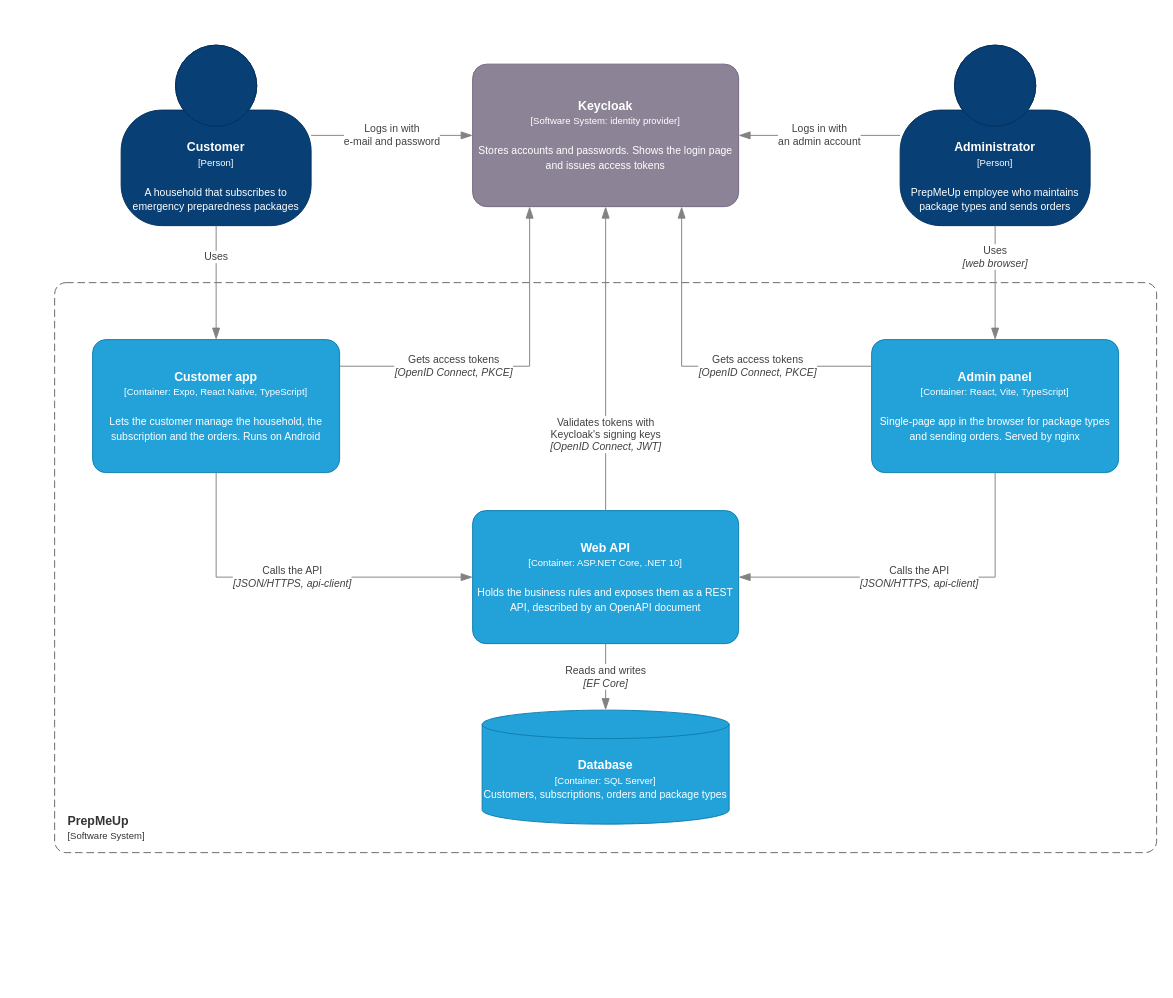
Above: docs/assets/drawio/c4-containers.drawio in Mosekjaer/prepmeup (draw.io), before the change. Source tidied: cells renumbered, new cells numbered last; positions are measured from the earlier drawing's top-left corner, leaving out a move shared by most shapes. Both pictures are drawn from the tidied source at 95%, with x=0, y=0 at pixel (54, 45).
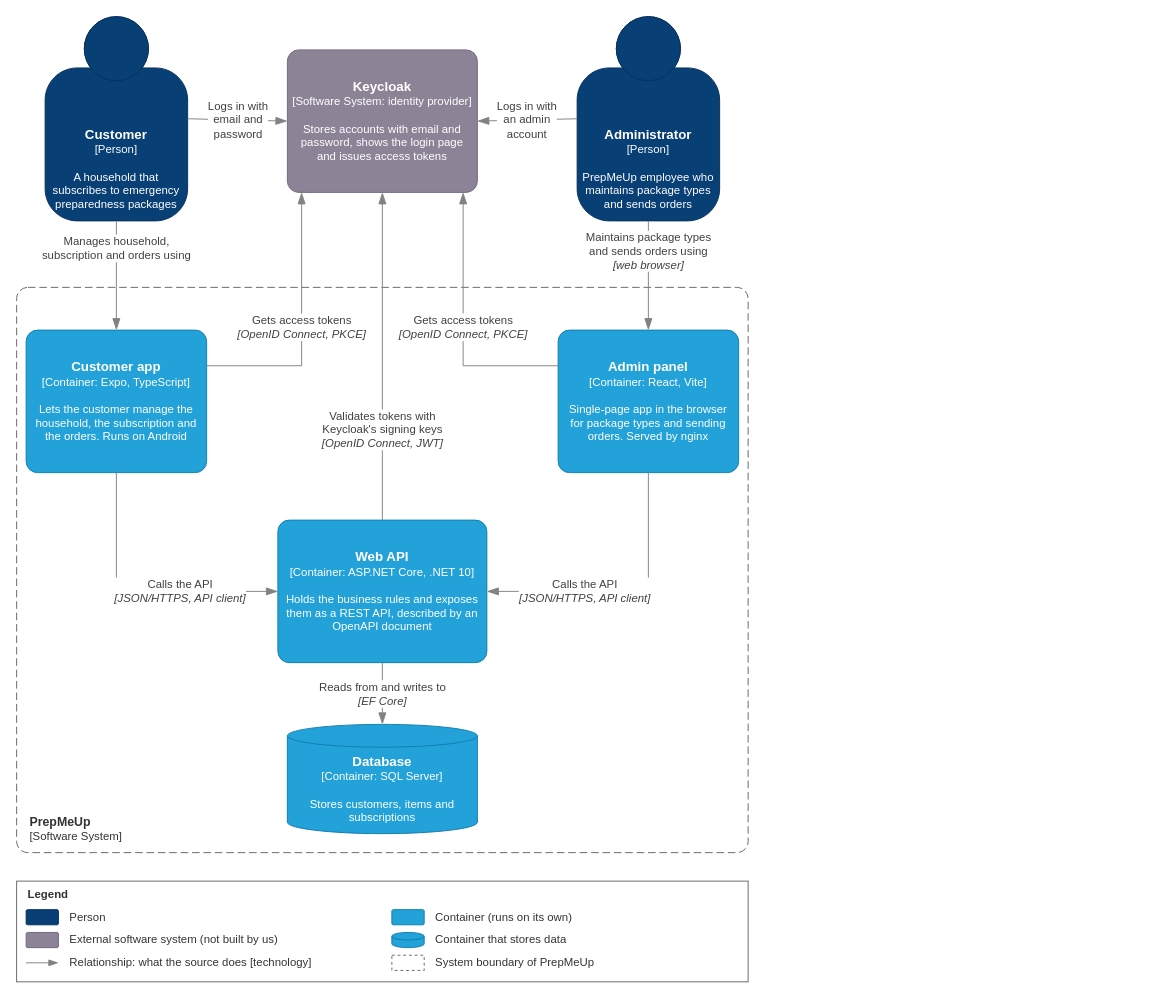
Above is the later version.

Commit message (it also covers changes not shown here):
docs(diagrams): align C4, package and dependency diagrams

The edit, as a diff of the source:
```diff
@@
-    <mxCell id="2" value="&lt;b&gt;PrepMeUp&lt;/b&gt;&lt;br&gt;&lt;span style=&quot;font-size:10px&quot;&gt;[Software System]&lt;/span&gt;" style="rounded=1;arcSize=2;html=1;whiteSpace=wrap;fillColor=none;strokeColor=#666666;fontColor=#333333;dashed=1;dashPattern=8 4;align=left;verticalAlign=bottom;spacingLeft=12;spacingBottom=8;fontSize=13;" parent="1" vertex="1">
-      <mxGeometry y="250" width="1160" height="600" as="geometry" />
+    <mxCell id="2" value="&lt;b style=&quot;font-size:13px&quot;&gt;PrepMeUp&lt;/b&gt;&lt;br&gt;[Software System]" style="rounded=1;arcSize=2;html=1;whiteSpace=wrap;fillColor=none;strokeColor=#666666;fontColor=#333333;dashed=1;dashPattern=8 4;align=left;verticalAlign=bottom;spacingLeft=12;spacingBottom=8;fontSize=12;fontFamily=Arial;" parent="1" vertex="1">
+      <mxGeometry x="-40" y="255" width="770" height="595" as="geometry" />
     </mxCell>
-    <mxCell id="3" value="&lt;b&gt;Customer&lt;/b&gt;&lt;br&gt;&lt;span style=&quot;font-size:10px&quot;&gt;[Person]&lt;/span&gt;&lt;br&gt;&lt;br&gt;&lt;span style=&quot;font-size:11px&quot;&gt;A household that subscribes to emergency preparedness packages&lt;/span&gt;" style="shape=mxgraph.c4.person2;html=1;whiteSpace=wrap;fontSize=13;fontColor=#ffffff;align=center;verticalAlign=bottom;spacingBottom=10;fillColor=#083F75;strokeColor=#06315C;" parent="1" vertex="1">
-      <mxGeometry x="70" width="200" height="190" as="geometry" />
+    <mxCell id="3" value="&lt;b style=&quot;font-size:14px&quot;&gt;Customer&lt;/b&gt;&lt;br&gt;[Person]&lt;br&gt;&lt;br&gt;A household that subscribes to emergency preparedness packages" style="shape=mxgraph.c4.person2;html=1;whiteSpace=wrap;fontSize=12;fontFamily=Arial;fontColor=#ffffff;align=center;verticalAlign=bottom;spacingBottom=8;spacingLeft=4;spacingRight=4;fillColor=#083F75;strokeColor=#06315C;" parent="1" vertex="1">
+      <mxGeometry x="-10" y="-30" width="150" height="215" as="geometry" />
     </mxCell>
-    <mxCell id="4" value="&lt;b&gt;Administrator&lt;/b&gt;&lt;br&gt;&lt;span style=&quot;font-size:10px&quot;&gt;[Person]&lt;/span&gt;&lt;br&gt;&lt;br&gt;&lt;span style=&quot;font-size:11px&quot;&gt;PrepMeUp employee who maintains package types and sends orders&lt;/span&gt;" style="shape=mxgraph.c4.person2;html=1;whiteSpace=wrap;fontSize=13;fontColor=#ffffff;align=center;verticalAlign=bottom;spacingBottom=10;fillColor=#083F75;strokeColor=#06315C;" parent="1" vertex="1">
-      <mxGeometry x="890" width="200" height="190" as="geometry" />
+    <mxCell id="4" value="&lt;b style=&quot;font-size:14px&quot;&gt;Administrator&lt;/b&gt;&lt;br&gt;[Person]&lt;br&gt;&lt;br&gt;PrepMeUp employee who maintains package types and sends orders" style="shape=mxgraph.c4.person2;html=1;whiteSpace=wrap;fontSize=12;fontFamily=Arial;fontColor=#ffffff;align=center;verticalAlign=bottom;spacingBottom=8;spacingLeft=4;spacingRight=4;fillColor=#083F75;strokeColor=#06315C;" parent="1" vertex="1">
+      <mxGeometry x="550" y="-30" width="150" height="215" as="geometry" />
     </mxCell>
-    <mxCell id="5" value="&lt;b&gt;Keycloak&lt;/b&gt;&lt;br&gt;&lt;span style=&quot;font-size:10px&quot;&gt;[Software System: identity provider]&lt;/span&gt;&lt;br&gt;&lt;br&gt;&lt;span style=&quot;font-size:11px&quot;&gt;Stores accounts and passwords. Shows the login page and issues access tokens&lt;/span&gt;" style="rounded=1;arcSize=10;html=1;whiteSpace=wrap;fontSize=13;fontColor=#ffffff;align=center;fillColor=#8C8496;strokeColor=#736782;" parent="1" vertex="1">
-      <mxGeometry x="440" y="20" width="280" height="150" as="geometry" />
+    <mxCell id="5" value="&lt;b style=&quot;font-size:14px&quot;&gt;Keycloak&lt;/b&gt;&lt;br&gt;[Software System: identity provider]&lt;br&gt;&lt;br&gt;Stores accounts with email and password, shows the login page and issues access tokens" style="rounded=1;arcSize=8;html=1;whiteSpace=wrap;fontSize=12;fontFamily=Arial;fontColor=#ffffff;align=center;spacing=6;fillColor=#8C8496;strokeColor=#736782;" parent="1" vertex="1">
+      <mxGeometry x="245" y="5" width="200" height="150" as="geometry" />
     </mxCell>
+    <mxCell id="10" value="Logs in with&lt;br&gt;email and&lt;br&gt;password" style="endArrow=blockThin;endFill=1;endSize=10;html=1;fontSize=12;fontFamily=Arial;fontColor=#404040;strokeColor=#828282;labelBackgroundColor=#ffffff;rounded=0;exitX=1;exitY=0.5;exitDx=0;exitDy=0;entryX=0;entryY=0.5;entryDx=0;entryDy=0;" parent="1" edge="1" source="3" target="5">
+      <mxGeometry relative="1" as="geometry" />
+    </mxCell>
+    <mxCell id="11" value="Logs in with&lt;br&gt;an admin&lt;br&gt;account" style="endArrow=blockThin;endFill=1;endSize=10;html=1;fontSize=12;fontFamily=Arial;fontColor=#404040;strokeColor=#828282;labelBackgroundColor=#ffffff;rounded=0;exitX=0;exitY=0.5;exitDx=0;exitDy=0;entryX=1;entryY=0.5;entryDx=0;entryDy=0;" parent="1" edge="1" source="4" target="5">
+      <mxGeometry relative="1" as="geometry" />
+    </mxCell>
-    <mxCell id="6" value="&lt;b&gt;Customer app&lt;/b&gt;&lt;br&gt;&lt;span style=&quot;font-size:10px&quot;&gt;[Container: Expo, React Native, TypeScript]&lt;/span&gt;&lt;br&gt;&lt;br&gt;&lt;span style=&quot;font-size:11px&quot;&gt;Lets the customer manage the household, the subscription and the orders. Runs on Android&lt;/span&gt;" style="rounded=1;arcSize=10;html=1;whiteSpace=wrap;fontSize=13;fontColor=#ffffff;align=center;fillColor=#23A2D9;strokeColor=#0E7DAD;" parent="1" vertex="1">
-      <mxGeometry x="40" y="310" width="260" height="140" as="geometry" />
+    <mxCell id="6" value="&lt;b style=&quot;font-size:14px&quot;&gt;Customer app&lt;/b&gt;&lt;br&gt;[Container: Expo, TypeScript]&lt;br&gt;&lt;br&gt;Lets the customer manage the household, the subscription and the orders. Runs on Android" style="rounded=1;arcSize=8;html=1;whiteSpace=wrap;fontSize=12;fontFamily=Arial;fontColor=#ffffff;align=center;spacing=6;fillColor=#23A2D9;strokeColor=#0E7DAD;" parent="2" vertex="1">
+      <mxGeometry x="10" y="45" width="190" height="150" as="geometry" />
     </mxCell>
-    <mxCell id="7" value="&lt;b&gt;Admin panel&lt;/b&gt;&lt;br&gt;&lt;span style=&quot;font-size:10px&quot;&gt;[Container: React, Vite, TypeScript]&lt;/span&gt;&lt;br&gt;&lt;br&gt;&lt;span style=&quot;font-size:11px&quot;&gt;Single-page app in the browser for package types and sending orders. Served by nginx&lt;/span&gt;" style="rounded=1;arcSize=10;html=1;whiteSpace=wrap;fontSize=13;fontColor=#ffffff;align=center;fillColor=#23A2D9;strokeColor=#0E7DAD;" parent="1" vertex="1">
-      <mxGeometry x="860" y="310" width="260" height="140" as="geometry" />
+    <mxCell id="7" value="&lt;b style=&quot;font-size:14px&quot;&gt;Admin panel&lt;/b&gt;&lt;br&gt;[Container: React, Vite]&lt;br&gt;&lt;br&gt;Single-page app in the browser for package types and sending orders. Served by nginx" style="rounded=1;arcSize=8;html=1;whiteSpace=wrap;fontSize=12;fontFamily=Arial;fontColor=#ffffff;align=center;spacing=6;fillColor=#23A2D9;strokeColor=#0E7DAD;" parent="2" vertex="1">
+      <mxGeometry x="570" y="45" width="190" height="150" as="geometry" />
     </mxCell>
-    <mxCell id="8" value="&lt;b&gt;Web API&lt;/b&gt;&lt;br&gt;&lt;span style=&quot;font-size:10px&quot;&gt;[Container: ASP.NET Core, .NET 10]&lt;/span&gt;&lt;br&gt;&lt;br&gt;&lt;span style=&quot;font-size:11px&quot;&gt;Holds the business rules and exposes them as a REST API, described by an OpenAPI document&lt;/span&gt;" style="rounded=1;arcSize=10;html=1;whiteSpace=wrap;fontSize=13;fontColor=#ffffff;align=center;fillColor=#23A2D9;strokeColor=#0E7DAD;" parent="1" vertex="1">
-      <mxGeometry x="440" y="490" width="280" height="140" as="geometry" />
+    <mxCell id="8" value="&lt;b style=&quot;font-size:14px&quot;&gt;Web API&lt;/b&gt;&lt;br&gt;[Container: ASP.NET Core, .NET 10]&lt;br&gt;&lt;br&gt;Holds the business rules and exposes them as a REST API, described by an OpenAPI document" style="rounded=1;arcSize=8;html=1;whiteSpace=wrap;fontSize=12;fontFamily=Arial;fontColor=#ffffff;align=center;spacing=6;fillColor=#23A2D9;strokeColor=#0E7DAD;" parent="2" vertex="1">
+      <mxGeometry x="275" y="245" width="220" height="150" as="geometry" />
     </mxCell>
-    <mxCell id="9" value="&lt;b&gt;Database&lt;/b&gt;&lt;br&gt;&lt;span style=&quot;font-size:10px&quot;&gt;[Container: SQL Server]&lt;/span&gt;&lt;br&gt;&lt;span style=&quot;font-size:11px&quot;&gt;Customers, subscriptions, orders and package types&lt;/span&gt;" style="shape=cylinder3;size=15;boundedLbl=1;html=1;whiteSpace=wrap;fontSize=13;fontColor=#ffffff;align=center;fillColor=#23A2D9;strokeColor=#0E7DAD;" parent="1" vertex="1">
-      <mxGeometry x="450" y="700" width="260" height="120" as="geometry" />
+    <mxCell id="9" value="&lt;b style=&quot;font-size:14px&quot;&gt;Database&lt;/b&gt;&lt;br&gt;[Container: SQL Server]&lt;br&gt;&lt;br&gt;Stores customers, items and subscriptions" style="shape=cylinder3;size=12;boundedLbl=1;html=1;whiteSpace=wrap;fontSize=12;fontFamily=Arial;fontColor=#ffffff;align=center;fillColor=#23A2D9;strokeColor=#0E7DAD;" parent="2" vertex="1">
+      <mxGeometry x="285" y="460" width="200" height="115" as="geometry" />
     </mxCell>
-    <mxCell id="10" value="Logs in with&lt;br&gt;e-mail and password" style="endArrow=blockThin;endFill=1;endSize=10;html=1;fontSize=11;fontColor=#404040;strokeColor=#828282;labelBackgroundColor=#ffffff;rounded=0;exitX=1;exitY=0.5;exitDx=0;exitDy=0;entryX=0;entryY=0.5;entryDx=0;entryDy=0;" parent="1" edge="1" source="3" target="5">
-      <mxGeometry relative="1" as="geometry" />
-    </mxCell>
-    <mxCell id="11" value="Logs in with&lt;br&gt;an admin account" style="endArrow=blockThin;endFill=1;endSize=10;html=1;fontSize=11;fontColor=#404040;strokeColor=#828282;labelBackgroundColor=#ffffff;rounded=0;exitX=0;exitY=0.5;exitDx=0;exitDy=0;entryX=1;entryY=0.5;entryDx=0;entryDy=0;" parent="1" edge="1" source="4" target="5">
-      <mxGeometry relative="1" as="geometry" />
-    </mxCell>
-    <mxCell id="12" value="Uses" style="endArrow=blockThin;endFill=1;endSize=10;html=1;fontSize=11;fontColor=#404040;strokeColor=#828282;labelBackgroundColor=#ffffff;rounded=0;exitX=0.5;exitY=1;exitDx=0;exitDy=0;entryX=0.5;entryY=0;entryDx=0;entryDy=0;" parent="1" edge="1" source="3" target="6">
-      <mxGeometry x="-0.45" relative="1" as="geometry" />
+    <mxCell id="12" value="Manages household,&lt;br&gt;subscription and orders using" style="endArrow=blockThin;endFill=1;endSize=10;html=1;fontSize=12;fontFamily=Arial;fontColor=#404040;strokeColor=#828282;labelBackgroundColor=#ffffff;rounded=0;exitX=0.5;exitY=1;exitDx=0;exitDy=0;entryX=0.5;entryY=0;entryDx=0;entryDy=0;" parent="1" edge="1" source="3" target="6">
+      <mxGeometry x="-0.5" relative="1" as="geometry" />
     </mxCell>
-    <mxCell id="13" value="Uses&lt;br&gt;&lt;i&gt;[web browser]&lt;/i&gt;" style="endArrow=blockThin;endFill=1;endSize=10;html=1;fontSize=11;fontColor=#404040;strokeColor=#828282;labelBackgroundColor=#ffffff;rounded=0;exitX=0.5;exitY=1;exitDx=0;exitDy=0;entryX=0.5;entryY=0;entryDx=0;entryDy=0;" parent="1" edge="1" source="4" target="7">
+    <mxCell id="13" value="Maintains package types&lt;br&gt;and sends orders using&lt;br&gt;&lt;i&gt;[web browser]&lt;/i&gt;" style="endArrow=blockThin;endFill=1;endSize=10;html=1;fontSize=12;fontFamily=Arial;fontColor=#404040;strokeColor=#828282;labelBackgroundColor=#ffffff;rounded=0;exitX=0.5;exitY=1;exitDx=0;exitDy=0;entryX=0.5;entryY=0;entryDx=0;entryDy=0;" parent="1" edge="1" source="4" target="7">
       <mxGeometry x="-0.45" relative="1" as="geometry" />
     </mxCell>
-    <mxCell id="14" value="Gets access tokens&lt;br&gt;&lt;i&gt;[OpenID Connect, PKCE]&lt;/i&gt;" style="endArrow=blockThin;endFill=1;endSize=10;html=1;fontSize=11;fontColor=#404040;strokeColor=#828282;labelBackgroundColor=#ffffff;rounded=0;edgeStyle=orthogonalEdgeStyle;exitX=1;exitY=0.2;exitDx=0;exitDy=0;entryX=0.2143;entryY=1;entryDx=0;entryDy=0;" parent="1" edge="1" source="6" target="5">
-      <mxGeometry x="-0.35" relative="1" as="geometry" />
+    <mxCell id="14" value="Gets access tokens&lt;br&gt;&lt;i&gt;[OpenID Connect, PKCE]&lt;/i&gt;" style="endArrow=blockThin;endFill=1;endSize=10;html=1;fontSize=12;fontFamily=Arial;fontColor=#404040;strokeColor=#828282;labelBackgroundColor=#ffffff;rounded=0;edgeStyle=orthogonalEdgeStyle;exitX=1;exitY=0.25;exitDx=0;exitDy=0;entryX=0.075;entryY=1;entryDx=0;entryDy=0;" parent="1" edge="1" source="6" target="5">
+      <mxGeometry relative="1" as="geometry">
+        <Array as="points">
+          <mxPoint x="260" y="337" />
+        </Array>
+      </mxGeometry>
     </mxCell>
-    <mxCell id="15" value="Gets access tokens&lt;br&gt;&lt;i&gt;[OpenID Connect, PKCE]&lt;/i&gt;" style="endArrow=blockThin;endFill=1;endSize=10;html=1;fontSize=11;fontColor=#404040;strokeColor=#828282;labelBackgroundColor=#ffffff;rounded=0;edgeStyle=orthogonalEdgeStyle;exitX=0;exitY=0.2;exitDx=0;exitDy=0;entryX=0.7857;entryY=1;entryDx=0;entryDy=0;" parent="1" edge="1" source="7" target="5">
-      <mxGeometry x="-0.35" relative="1" as="geometry" />
+    <mxCell id="15" value="Gets access tokens&lt;br&gt;&lt;i&gt;[OpenID Connect, PKCE]&lt;/i&gt;" style="endArrow=blockThin;endFill=1;endSize=10;html=1;fontSize=12;fontFamily=Arial;fontColor=#404040;strokeColor=#828282;labelBackgroundColor=#ffffff;rounded=0;edgeStyle=orthogonalEdgeStyle;exitX=0;exitY=0.25;exitDx=0;exitDy=0;entryX=0.925;entryY=1;entryDx=0;entryDy=0;" parent="1" edge="1" source="7" target="5">
+      <mxGeometry relative="1" as="geometry">
+        <Array as="points">
+          <mxPoint x="430" y="337" />
+        </Array>
+      </mxGeometry>
     </mxCell>
-    <mxCell id="16" value="Validates tokens with&lt;br&gt;Keycloak's signing keys&lt;br&gt;&lt;i&gt;[OpenID Connect, JWT]&lt;/i&gt;" style="endArrow=blockThin;endFill=1;endSize=10;html=1;fontSize=11;fontColor=#404040;strokeColor=#828282;labelBackgroundColor=#ffffff;rounded=0;exitX=0.5;exitY=0;exitDx=0;exitDy=0;entryX=0.5;entryY=1;entryDx=0;entryDy=0;" parent="1" edge="1" source="8" target="5">
-      <mxGeometry x="-0.5" relative="1" as="geometry" />
+    <mxCell id="16" value="Validates tokens with&lt;br&gt;Keycloak's signing keys&lt;br&gt;&lt;i&gt;[OpenID Connect, JWT]&lt;/i&gt;" style="endArrow=blockThin;endFill=1;endSize=10;html=1;fontSize=12;fontFamily=Arial;fontColor=#404040;strokeColor=#828282;labelBackgroundColor=#ffffff;rounded=0;exitX=0.5;exitY=0;exitDx=0;exitDy=0;entryX=0.5;entryY=1;entryDx=0;entryDy=0;" parent="1" edge="1" source="8" target="5">
+      <mxGeometry x="-0.45" relative="1" as="geometry" />
     </mxCell>
-    <mxCell id="17" value="Calls the API&lt;br&gt;&lt;i&gt;[JSON/HTTPS, api-client]&lt;/i&gt;" style="endArrow=blockThin;endFill=1;endSize=10;html=1;fontSize=11;fontColor=#404040;strokeColor=#828282;labelBackgroundColor=#ffffff;rounded=0;edgeStyle=orthogonalEdgeStyle;exitX=0.5;exitY=1;exitDx=0;exitDy=0;entryX=0;entryY=0.5;entryDx=0;entryDy=0;" parent="1" edge="1" source="6" target="8">
-      <mxGeometry relative="1" as="geometry" />
+    <mxCell id="17" value="Calls the API&lt;br&gt;&lt;i&gt;[JSON/HTTPS, API client]&lt;/i&gt;" style="endArrow=blockThin;endFill=1;endSize=10;html=1;fontSize=12;fontFamily=Arial;fontColor=#404040;strokeColor=#828282;labelBackgroundColor=#ffffff;rounded=0;edgeStyle=orthogonalEdgeStyle;exitX=0.5;exitY=1;exitDx=0;exitDy=0;entryX=0;entryY=0.5;entryDx=0;entryDy=0;" parent="1" edge="1" source="6" target="8">
+      <mxGeometry x="0.3" relative="1" as="geometry">
+        <Array as="points">
+          <mxPoint x="65" y="575" />
+        </Array>
+      </mxGeometry>
     </mxCell>
-    <mxCell id="18" value="Calls the API&lt;br&gt;&lt;i&gt;[JSON/HTTPS, api-client]&lt;/i&gt;" style="endArrow=blockThin;endFill=1;endSize=10;html=1;fontSize=11;fontColor=#404040;strokeColor=#828282;labelBackgroundColor=#ffffff;rounded=0;edgeStyle=orthogonalEdgeStyle;exitX=0.5;exitY=1;exitDx=0;exitDy=0;entryX=1;entryY=0.5;entryDx=0;entryDy=0;" parent="1" edge="1" source="7" target="8">
-      <mxGeometry relative="1" as="geometry" />
+    <mxCell id="18" value="Calls the API&lt;br&gt;&lt;i&gt;[JSON/HTTPS, API client]&lt;/i&gt;" style="endArrow=blockThin;endFill=1;endSize=10;html=1;fontSize=12;fontFamily=Arial;fontColor=#404040;strokeColor=#828282;labelBackgroundColor=#ffffff;rounded=0;edgeStyle=orthogonalEdgeStyle;exitX=0.5;exitY=1;exitDx=0;exitDy=0;entryX=1;entryY=0.5;entryDx=0;entryDy=0;" parent="1" edge="1" source="7" target="8">
+      <mxGeometry x="0.3" relative="1" as="geometry">
+        <Array as="points">
+          <mxPoint x="625" y="575" />
+        </Array>
+      </mxGeometry>
     </mxCell>
-    <mxCell id="19" value="Reads and writes&lt;br&gt;&lt;i&gt;[EF Core]&lt;/i&gt;" style="endArrow=blockThin;endFill=1;endSize=10;html=1;fontSize=11;fontColor=#404040;strokeColor=#828282;labelBackgroundColor=#ffffff;rounded=0;exitX=0.5;exitY=1;exitDx=0;exitDy=0;entryX=0.5;entryY=0;entryDx=0;entryDy=0;entryPerimeter=0;" parent="1" edge="1" source="8" target="9">
+    <mxCell id="19" value="Reads from and writes to&lt;br&gt;&lt;i&gt;[EF Core]&lt;/i&gt;" style="endArrow=blockThin;endFill=1;endSize=10;html=1;fontSize=12;fontFamily=Arial;fontColor=#404040;strokeColor=#828282;labelBackgroundColor=#ffffff;rounded=0;exitX=0.5;exitY=1;exitDx=0;exitDy=0;entryX=0.5;entryY=0;entryDx=0;entryDy=0;" parent="1" edge="1" source="8" target="9">
       <mxGeometry relative="1" as="geometry" />
     </mxCell>
+    <mxCell id="20" value="Legend" style="rounded=0;whiteSpace=wrap;html=1;fillColor=none;strokeColor=#666666;fontColor=#333333;verticalAlign=top;align=left;spacingLeft=10;fontStyle=1;fontSize=12;fontFamily=Arial;" parent="1" vertex="1">
+      <mxGeometry x="-40" y="880" width="770" height="106" as="geometry" />
+    </mxCell>
+    <mxCell id="21" style="rounded=1;arcSize=10;html=1;fillColor=#083F75;strokeColor=#06315C;" parent="20" vertex="1">
+      <mxGeometry x="10" y="30" width="34" height="16" as="geometry" />
+    </mxCell>
+    <mxCell id="22" value="Person" style="text;html=1;align=left;verticalAlign=middle;fontSize=12;fontFamily=Arial;fontColor=#333333;" parent="20" vertex="1">
+      <mxGeometry x="54" y="28" width="330" height="20" as="geometry" />
+    </mxCell>
+    <mxCell id="23" style="rounded=1;arcSize=10;html=1;fillColor=#23A2D9;strokeColor=#0E7DAD;" parent="20" vertex="1">
+      <mxGeometry x="395" y="30" width="34" height="16" as="geometry" />
+    </mxCell>
+    <mxCell id="24" value="Container (runs on its own)" style="text;html=1;align=left;verticalAlign=middle;fontSize=12;fontFamily=Arial;fontColor=#333333;" parent="20" vertex="1">
+      <mxGeometry x="439" y="28" width="330" height="20" as="geometry" />
+    </mxCell>
+    <mxCell id="25" style="rounded=1;arcSize=10;html=1;fillColor=#8C8496;strokeColor=#736782;" parent="20" vertex="1">
+      <mxGeometry x="10" y="54" width="34" height="16" as="geometry" />
+    </mxCell>
+    <mxCell id="26" value="External software system (not built by us)" style="text;html=1;align=left;verticalAlign=middle;fontSize=12;fontFamily=Arial;fontColor=#333333;" parent="20" vertex="1">
+      <mxGeometry x="54" y="52" width="330" height="20" as="geometry" />
+    </mxCell>
+    <mxCell id="27" style="shape=cylinder3;size=4;html=1;fillColor=#23A2D9;strokeColor=#0E7DAD;" parent="20" vertex="1">
+      <mxGeometry x="395" y="54" width="34" height="16" as="geometry" />
+    </mxCell>
+    <mxCell id="28" value="Container that stores data" style="text;html=1;align=left;verticalAlign=middle;fontSize=12;fontFamily=Arial;fontColor=#333333;" parent="20" vertex="1">
+      <mxGeometry x="439" y="52" width="330" height="20" as="geometry" />
+    </mxCell>
+    <mxCell id="29" style="endArrow=blockThin;endFill=1;endSize=8;html=1;strokeColor=#828282;" parent="20" edge="1">
+      <mxGeometry relative="1" as="geometry">
+        <mxPoint x="10" y="86" as="sourcePoint" />
+        <mxPoint x="44" y="86" as="targetPoint" />
+      </mxGeometry>
+    </mxCell>
+    <mxCell id="30" value="Relationship: what the source does [technology]" style="text;html=1;align=left;verticalAlign=middle;fontSize=12;fontFamily=Arial;fontColor=#333333;" parent="20" vertex="1">
+      <mxGeometry x="54" y="76" width="330" height="20" as="geometry" />
+    </mxCell>
+    <mxCell id="31" style="rounded=0;html=1;fillColor=none;strokeColor=#666666;dashed=1;" parent="20" vertex="1">
+      <mxGeometry x="395" y="78" width="34" height="16" as="geometry" />
+    </mxCell>
+    <mxCell id="32" value="System boundary of PrepMeUp" style="text;html=1;align=left;verticalAlign=middle;fontSize=12;fontFamily=Arial;fontColor=#333333;" parent="20" vertex="1">
+      <mxGeometry x="439" y="76" width="330" height="20" as="geometry" />
+    </mxCell>
```
